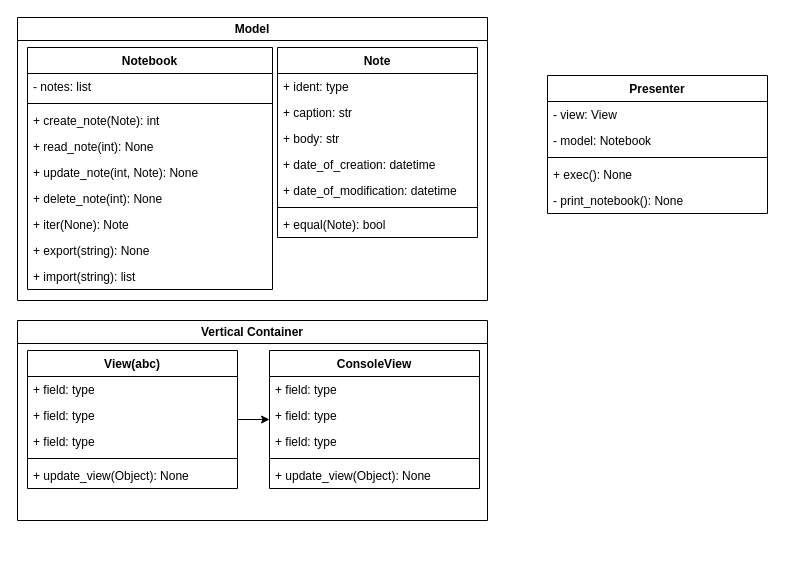
The draw.io diagram diagram/app.drawio in dgeny/pynotes, before the edit. Source tidied: cells renumbered, new cells numbered last; positions are measured from the earlier drawing's top-left corner, leaving out a move shared by most shapes. Both pictures are drawn from the tidied source at 100%, with x=0, y=0 at pixel (17, 17).
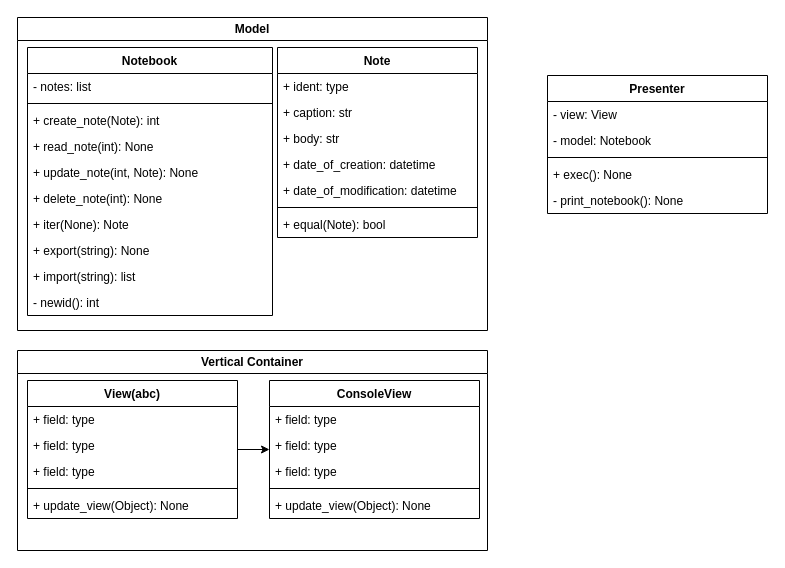
The same page after the edit.

Commit message:
Structure: newid method to notebook

What changed in the source:
```diff
@@
     <mxCell id="2" value="Model" style="swimlane;whiteSpace=wrap;html=1;" parent="1" vertex="1">
-      <mxGeometry width="470" height="283" as="geometry" />
+      <mxGeometry width="470" height="313" as="geometry" />
     </mxCell>
     <mxCell id="3" value="Notebook" style="swimlane;fontStyle=1;align=center;verticalAlign=top;horizontal=1;startSize=26;" parent="2" vertex="1">
-      <mxGeometry x="10" y="30" width="245" height="242" as="geometry" />
+      <mxGeometry x="10" y="30" width="245" height="268" as="geometry" />
     </mxCell>
@@
+    <mxCell id="41" value="- newid(): int" style="text;strokeColor=none;fillColor=none;align=left;verticalAlign=top;spacingLeft=4;spacingRight=4;overflow=hidden;" parent="3" vertex="1">
+      <mxGeometry y="242" width="245" height="26" as="geometry" />
+    </mxCell>
@@
     <mxCell id="21" value="Vertical Container" style="swimlane;whiteSpace=wrap;html=1;" parent="1" vertex="1">
-      <mxGeometry y="303" width="470" height="200" as="geometry" />
+      <mxGeometry y="333" width="470" height="200" as="geometry" />
     </mxCell>
```
